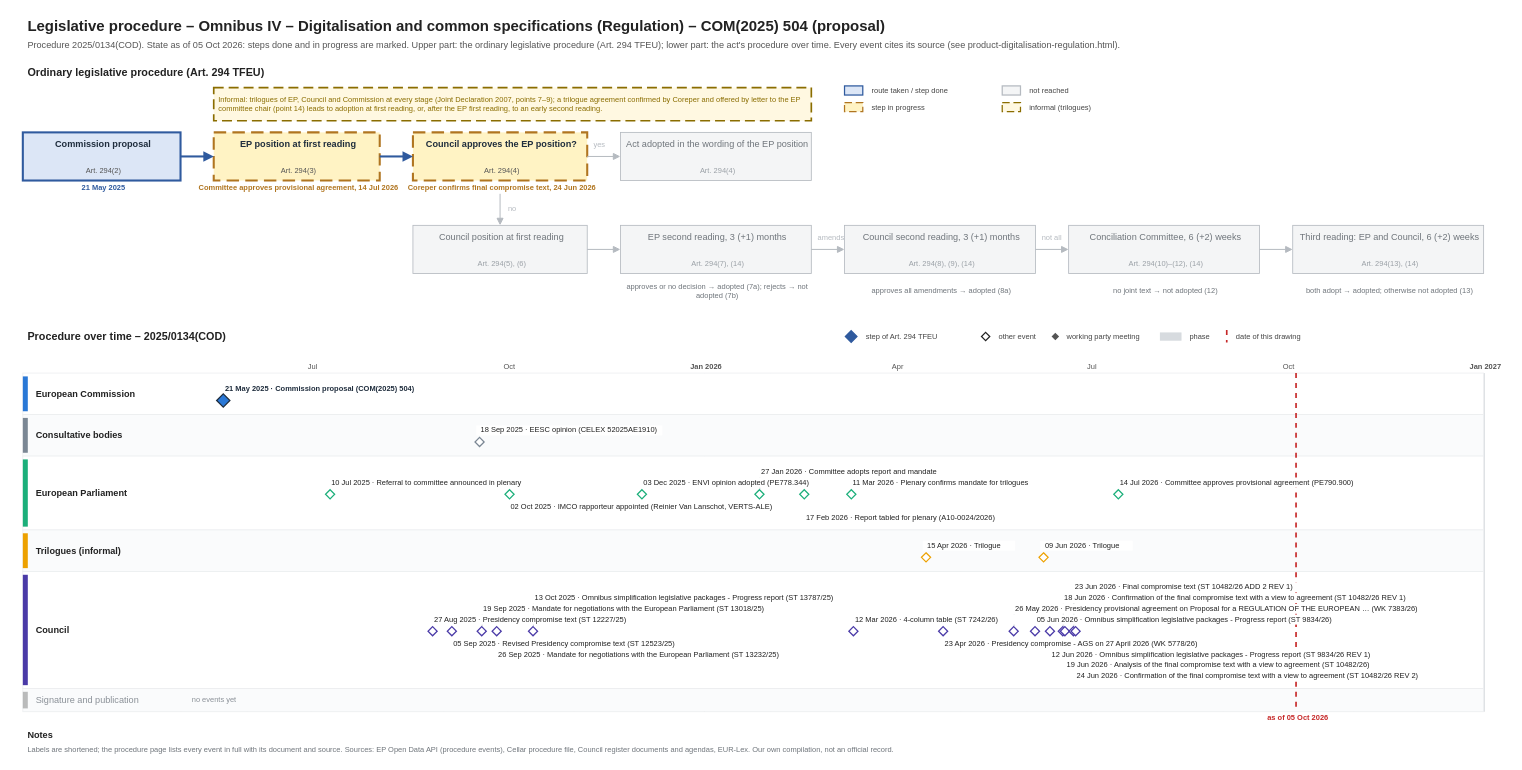
Earlier version of the draw.io diagram procedures/product-digitalisation-regulation.drawio (git-z0man/eu-regulation-timeline). Source tidied: cells renumbered, new cells numbered last; positions are measured from the earlier drawing's top-left corner, leaving out a move shared by most shapes. Both pictures are drawn from the tidied source at 83%, with x=0, y=0 at pixel (14, 14).
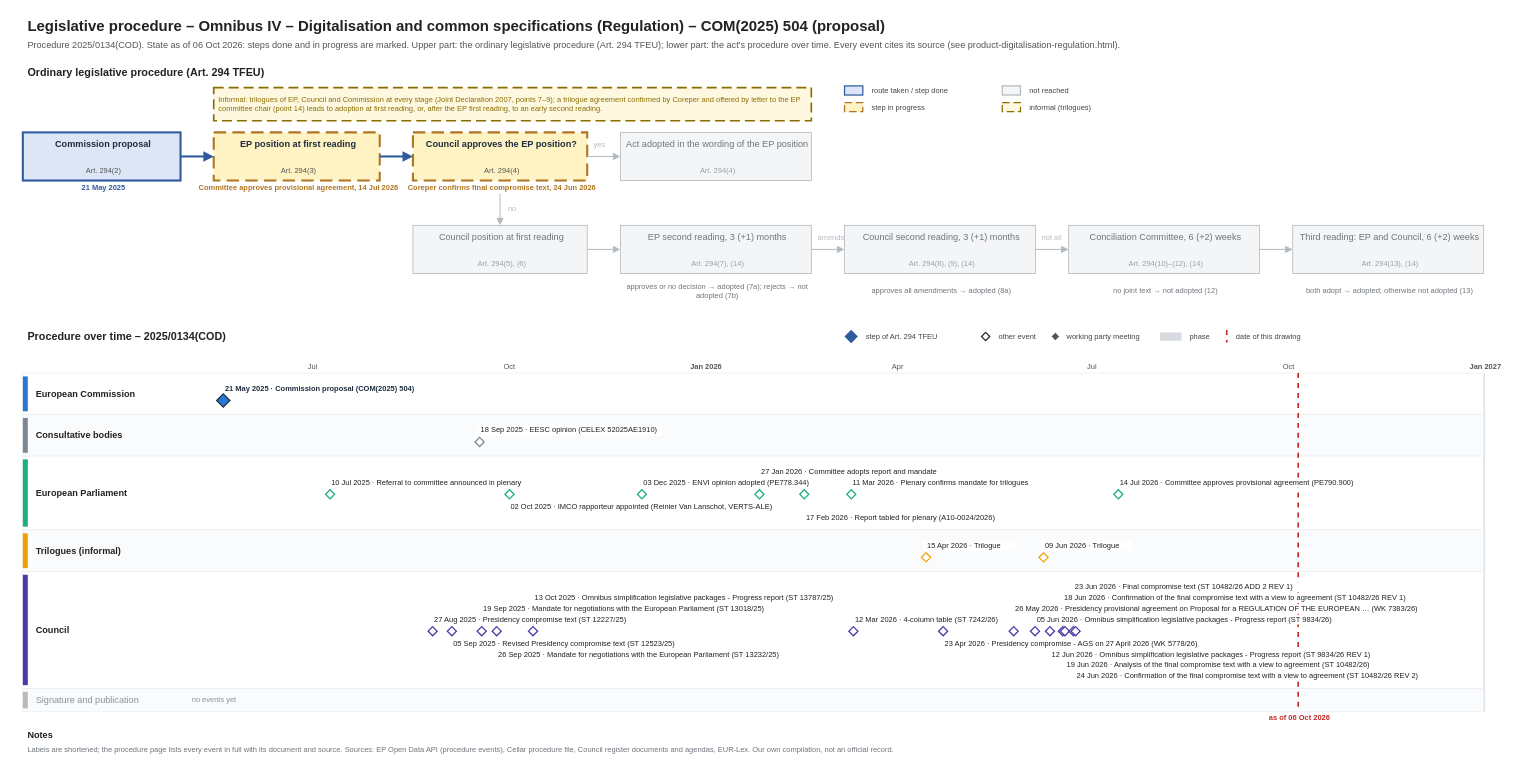
Above is the later version.

Diff of the diagram source:
```diff
@@
-    <mxCell id="3" value="Procedure 2025/0134(COD). State as of 05 Oct 2026: steps done and in progress are marked. Upper part: the ordinary legislative procedure (Art. 294 TFEU); lower part: the act's procedure over time. Every event cites its source (see product-digitalisation-regulation.html)." style="text;html=1;fontSize=11;fontColor=#555555;align=left;verticalAlign=middle;spacingLeft=4;" parent="1" vertex="1">
+    <mxCell id="3" value="Procedure 2025/0134(COD). State as of 06 Oct 2026: steps done and in progress are marked. Upper part: the ordinary legislative procedure (Art. 294 TFEU); lower part: the act's procedure over time. Every event cites its source (see product-digitalisation-regulation.html)." style="text;html=1;fontSize=11;fontColor=#555555;align=left;verticalAlign=middle;spacingLeft=4;" parent="1" vertex="1">
       <mxGeometry x="10" y="28" width="1700" height="18" as="geometry" />
     </mxCell>
@@
     <mxCell id="119" style="line;html=1;strokeWidth=2;strokeColor=#c62828;direction=south;dashed=1;" parent="1" vertex="1">
-      <mxGeometry x="1543.5" y="432" width="1" height="408" as="geometry" />
+      <mxGeometry x="1546.1" y="432" width="1" height="408" as="geometry" />
     </mxCell>
-    <mxCell id="120" value="as of 05 Oct 2026" style="text;html=1;fontSize=9;fontColor=#c62828;align=center;verticalAlign=middle;spacingLeft=4;fontStyle=1;" parent="1" vertex="1">
-      <mxGeometry x="1483.5" y="841" width="120" height="12" as="geometry" />
+    <mxCell id="120" value="as of 06 Oct 2026" style="text;html=1;fontSize=9;fontColor=#c62828;align=center;verticalAlign=middle;spacingLeft=4;fontStyle=1;" parent="1" vertex="1">
+      <mxGeometry x="1486.1" y="841" width="120" height="12" as="geometry" />
     </mxCell>
```
